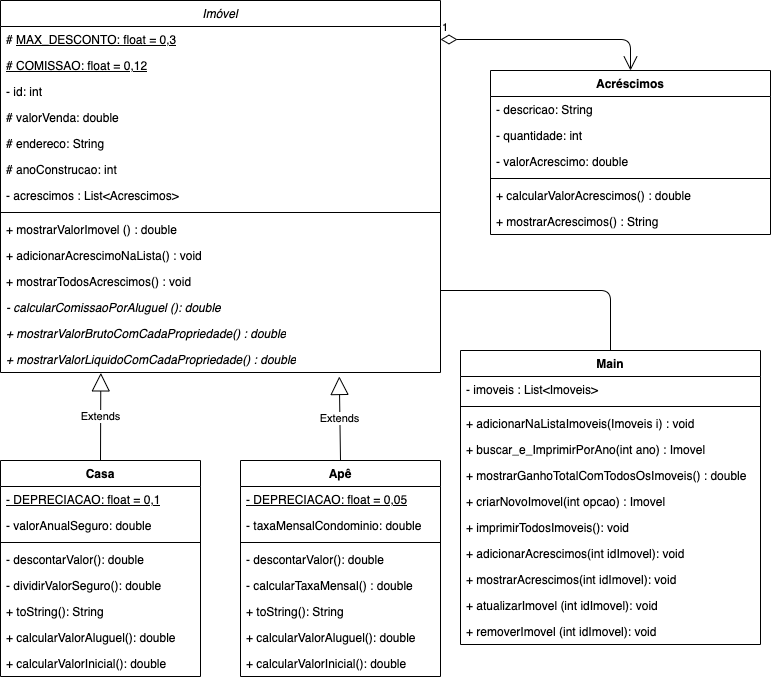
The draw.io diagram Docs/DiagClasseImobiliaria.drawio.png in ericdiniz/PM_Exerc_Condominio_seguro, before a commit. Source tidied: cells renumbered, new cells last; positions are measured from the earlier drawing's top-left corner, leaving out a move shared by most shapes.
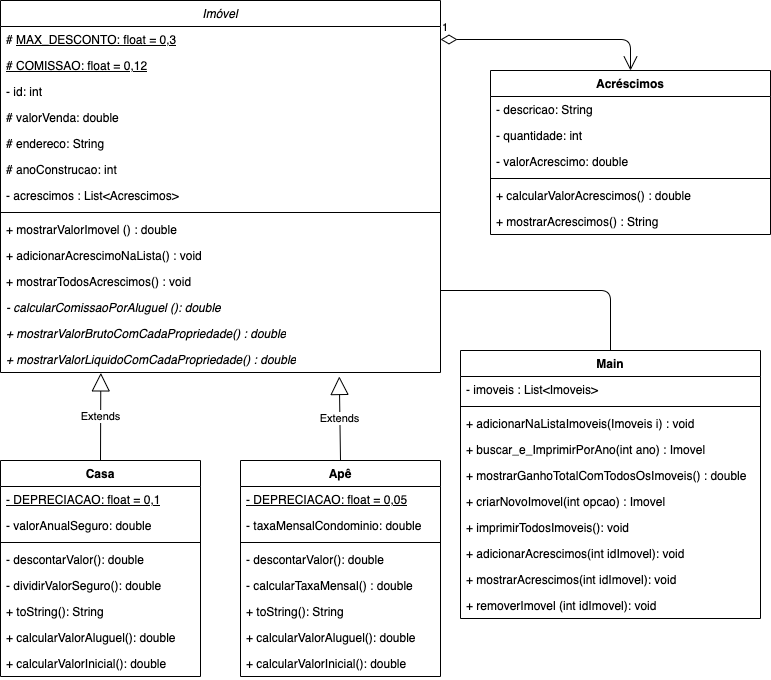
Later version of the same file.

Commit message:
mudança no diagrama e classe main

What changed in the source:
```diff
@@ -132,7 +132,7 @@
       <mxGeometry y="138" width="280" height="26" as="geometry" />
     </mxCell>
     <mxCell id="45" value="Main" style="swimlane;fontStyle=1;align=center;verticalAlign=top;horizontal=1;startSize=26;" parent="1" vertex="1">
-      <mxGeometry x="460" y="350" width="300" height="294" as="geometry" />
+      <mxGeometry x="460" y="350" width="300" height="268" as="geometry" />
     </mxCell>
     <mxCell id="46" value="- imoveis : List&lt;Imoveis&gt;" style="text;strokeColor=none;fillColor=none;align=left;verticalAlign=top;spacingLeft=4;spacingRight=4;overflow=hidden;" parent="45" vertex="1">
       <mxGeometry y="26" width="300" height="26" as="geometry" />
@@ -161,11 +161,8 @@
     <mxCell id="54" value="+ mostrarAcrescimos(int idImovel): void" style="text;strokeColor=none;fillColor=none;align=left;verticalAlign=top;spacingLeft=4;spacingRight=4;overflow=hidden;whiteSpace=wrap;html=1;" parent="45" vertex="1">
       <mxGeometry y="216" width="300" height="26" as="geometry" />
     </mxCell>
-    <mxCell id="55" value="+ atualizarImovel (int idImovel): void" style="text;strokeColor=none;fillColor=none;align=left;verticalAlign=top;spacingLeft=4;spacingRight=4;overflow=hidden;whiteSpace=wrap;html=1;" parent="45" vertex="1">
-      <mxGeometry y="242" width="300" height="26" as="geometry" />
-    </mxCell>
     <mxCell id="56" value="+ removerImovel (int idImovel): void" style="text;strokeColor=none;fillColor=none;align=left;verticalAlign=top;spacingLeft=4;spacingRight=4;overflow=hidden;whiteSpace=wrap;html=1;" parent="45" vertex="1">
-      <mxGeometry y="268" width="300" height="26" as="geometry" />
+      <mxGeometry y="242" width="300" height="26" as="geometry" />
     </mxCell>
     <mxCell id="57" style="endArrow=none;html=1;elbow=vertical;entryX=0.5;entryY=0;entryDx=0;entryDy=0;" parent="1" edge="1" target="45">
       <mxGeometry relative="1" as="geometry">
```
